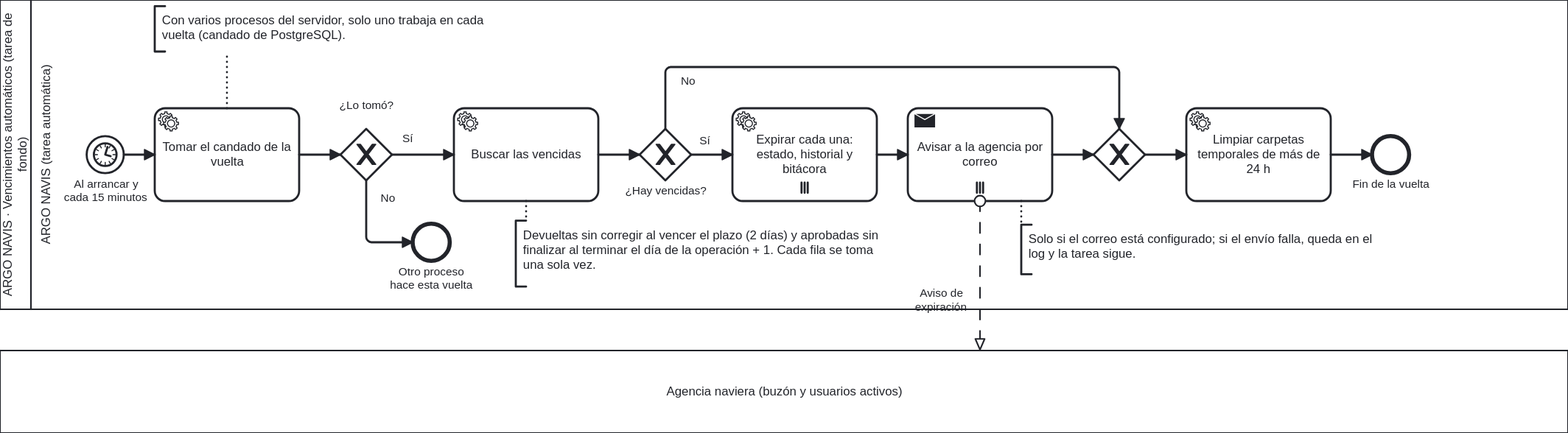
Earlier version of the BPMN export docs/bpmn/06-vencimientos.svg (rxppxc/ArgoNavis). Its source is kept beside it as docs/bpmn/06-vencimientos.bpmn. Ids are renumbered.
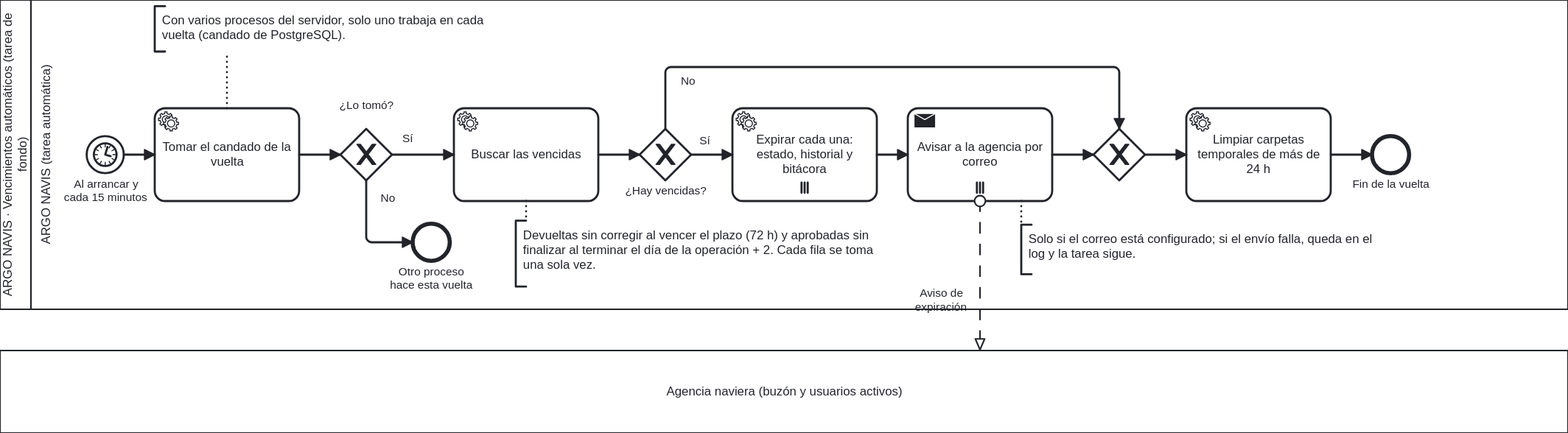
After the change.

What changed in the source:
```diff
@@ -80,7 +80,7 @@
     <bpmn:sequenceFlow id="Flujo_Limpiar_Fin" sourceRef="Limpiar" targetRef="Fin" />
     <bpmn:textAnnotation id="N_Candado"><bpmn:text>Con varios procesos del servidor, solo uno trabaja en cada vuelta (candado de PostgreSQL).</bpmn:text></bpmn:textAnnotation>
     <bpmn:association id="Asoc_N_Candado" sourceRef="Candado" targetRef="N_Candado" />
-    <bpmn:textAnnotation id="N_Buscar"><bpmn:text>Devueltas sin corregir al vencer el plazo (2 días) y aprobadas sin finalizar al terminar el día de la operación + 1. Cada fila se toma una sola vez.</bpmn:text></bpmn:textAnnotation>
+    <bpmn:textAnnotation id="N_Buscar"><bpmn:text>Devueltas sin corregir al vencer el plazo (72 h) y aprobadas sin finalizar al terminar el día de la operación + 2. Cada fila se toma una sola vez.</bpmn:text></bpmn:textAnnotation>
     <bpmn:association id="Asoc_N_Buscar" sourceRef="Buscar" targetRef="N_Buscar" />
     <bpmn:textAnnotation id="N_Avisar"><bpmn:text>Solo si el correo está configurado; si el envío falla, queda en el log y la tarea sigue.</bpmn:text></bpmn:textAnnotation>
     <bpmn:association id="Asoc_N_Avisar" sourceRef="Avisar" targetRef="N_Avisar" />
```
